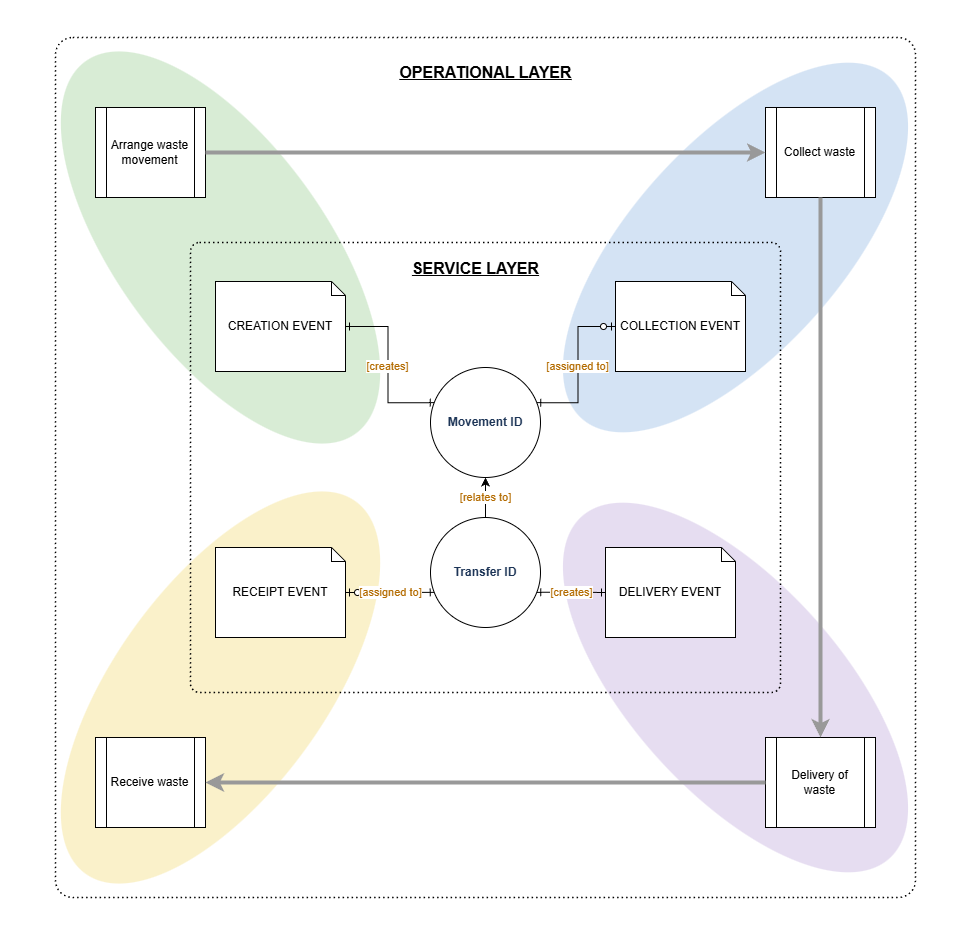
Earlier version of the draw.io export docs/images/dwt-movement-delivery-events.png (DEFRA/digital-waste-tracking-api-docs). Source tidied: cells renumbered, new cells last; positions are measured from the earlier drawing's top-left corner, leaving out a move shared by most shapes.
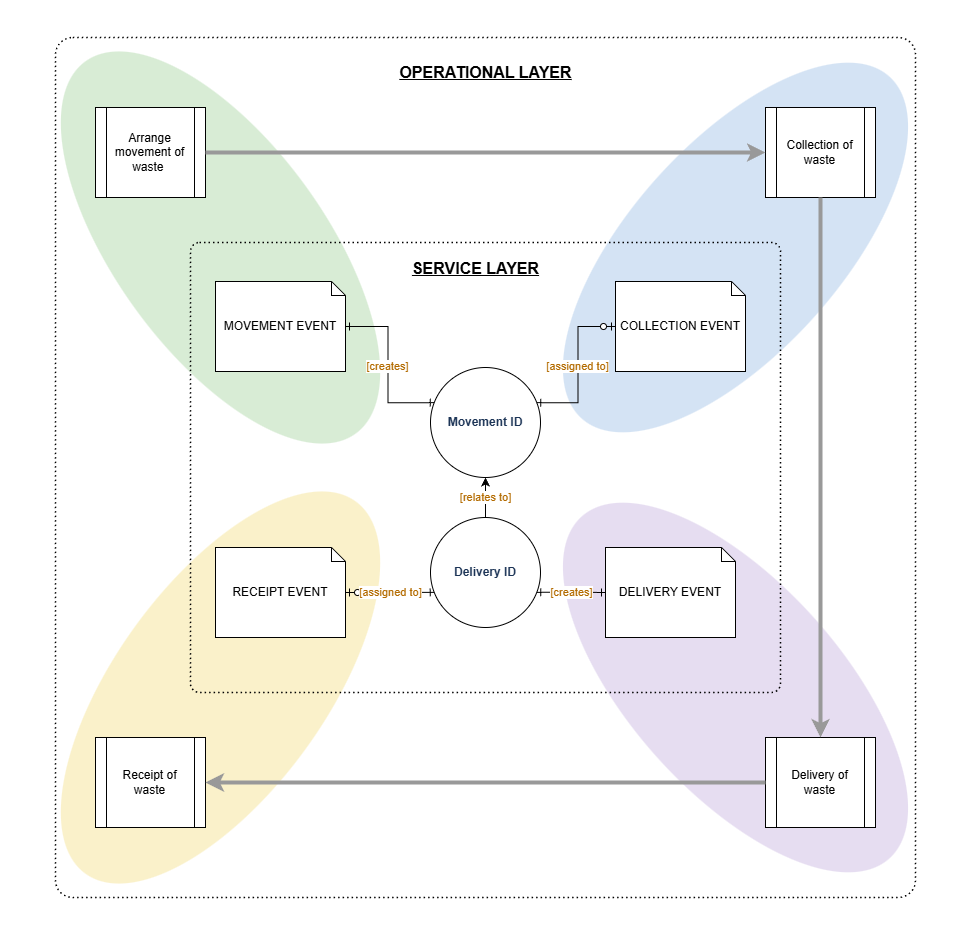
The same diagram one commit later.

Change to the diagram source:
```diff
@@ -20,16 +20,16 @@
     <mxCell id="7" style="ellipse;whiteSpace=wrap;html=1;fillColor=#F5E08A;strokeColor=none;opacity=45;rotation=-54;" parent="1" vertex="1">
       <mxGeometry y="545" width="460" height="210" as="geometry" />
     </mxCell>
-    <mxCell id="8" value="Arrange waste movement" style="shape=process;whiteSpace=wrap;html=1;fillColor=#ffffff;strokeColor=#000000;fontSize=12;" parent="1" vertex="1">
+    <mxCell id="8" value="Arrange movement of waste&amp;nbsp;" style="shape=process;whiteSpace=wrap;html=1;fillColor=#ffffff;strokeColor=#000000;fontSize=12;" parent="1" vertex="1">
       <mxGeometry x="105" y="70" width="110" height="90" as="geometry" />
     </mxCell>
-    <mxCell id="9" value="Collect waste" style="shape=process;whiteSpace=wrap;html=1;fillColor=#ffffff;strokeColor=#000000;fontSize=12;" parent="1" vertex="1">
+    <mxCell id="9" value="Collection of waste" style="shape=process;whiteSpace=wrap;html=1;fillColor=#ffffff;strokeColor=#000000;fontSize=12;" parent="1" vertex="1">
       <mxGeometry x="775" y="70" width="110" height="90" as="geometry" />
     </mxCell>
     <mxCell id="10" value="Delivery of waste" style="shape=process;whiteSpace=wrap;html=1;fillColor=#ffffff;strokeColor=#000000;fontSize=12;" parent="1" vertex="1">
       <mxGeometry x="775" y="700" width="110" height="90" as="geometry" />
     </mxCell>
-    <mxCell id="11" value="Receive waste" style="shape=process;whiteSpace=wrap;html=1;fillColor=#ffffff;strokeColor=#000000;fontSize=12;" parent="1" vertex="1">
+    <mxCell id="11" value="Receipt of waste" style="shape=process;whiteSpace=wrap;html=1;fillColor=#ffffff;strokeColor=#000000;fontSize=12;" parent="1" vertex="1">
       <mxGeometry x="105" y="700" width="110" height="90" as="geometry" />
     </mxCell>
     <mxCell id="12" style="html=1;endArrow=classic;startArrow=none;strokeColor=#999999;strokeWidth=4;rounded=0;exitX=1;exitY=0.5;exitDx=0;exitDy=0;entryX=0;entryY=0.5;entryDx=0;entryDy=0;" parent="1" edge="1" source="8" target="9">
@@ -47,7 +47,7 @@
     <mxCell id="16" value="SERVICE LAYER" style="text;html=1;fontSize=16;fontStyle=5;align=center;verticalAlign=middle;fontColor=#000000;" parent="1" vertex="1">
       <mxGeometry x="335" y="218" width="300" height="26" as="geometry" />
     </mxCell>
-    <mxCell id="17" value="CREATION EVENT" style="shape=note;whiteSpace=wrap;html=1;fillColor=#ffffff;strokeColor=#000000;size=14;fontSize=12;" parent="1" vertex="1">
+    <mxCell id="17" value="MOVEMENT EVENT" style="shape=note;whiteSpace=wrap;html=1;fillColor=#ffffff;strokeColor=#000000;size=14;fontSize=12;" parent="1" vertex="1">
       <mxGeometry x="225" y="244" width="130" height="90" as="geometry" />
     </mxCell>
     <mxCell id="18" value="COLLECTION EVENT" style="shape=note;whiteSpace=wrap;html=1;fillColor=#ffffff;strokeColor=#000000;size=14;fontSize=12;" parent="1" vertex="1">
@@ -62,7 +62,7 @@
     <mxCell id="21" value="Movement ID" style="ellipse;whiteSpace=wrap;html=1;fillColor=#ffffff;strokeColor=#000000;fontColor=#1D3557;fontStyle=1;fontSize=12;" parent="1" vertex="1">
       <mxGeometry x="440" y="330" width="110" height="110" as="geometry" />
     </mxCell>
-    <mxCell id="22" value="Transfer ID" style="ellipse;whiteSpace=wrap;html=1;fillColor=#ffffff;strokeColor=#000000;fontColor=#1D3557;fontStyle=1;fontSize=12;" parent="1" vertex="1">
+    <mxCell id="22" value="Delivery ID" style="ellipse;whiteSpace=wrap;html=1;fillColor=#ffffff;strokeColor=#000000;fontColor=#1D3557;fontStyle=1;fontSize=12;" parent="1" vertex="1">
       <mxGeometry x="440" y="480" width="110" height="110" as="geometry" />
     </mxCell>
     <mxCell id="23" value="[creates]" style="html=1;edgeStyle=orthogonalEdgeStyle;rounded=0;startArrow=ERone;endArrow=ERone;startFill=1;endFill=1;strokeColor=#000000;fontColor=#B36B00;fontSize=11;exitX=1;exitY=0.5;exitDx=0;exitDy=0;entryX=0;entryY=0.3;entryDx=0;entryDy=0;" parent="1" edge="1" source="17" target="21">
```
